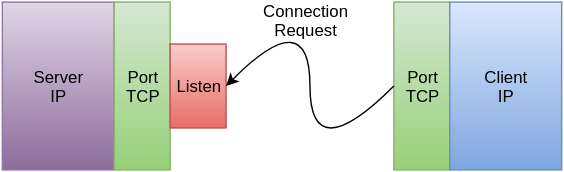
fladi/campus02-nowa-prg3 keeps this draw.io diagram as figures/tcp-socket-schema.svg. Above is the earlier version. Source tidied: cells renumbered, new cells last; positions are measured from the earlier drawing's top-left corner, leaving out a move shared by most shapes. Source of this version:
```xml
<mxGraphModel>
  <root>
    <mxCell id="0" />
    <mxCell id="1" parent="0" />
    <mxCell id="2" value="Server&lt;br&gt;IP&lt;br&gt;" style="whiteSpace=wrap;html=1;plain-purple;" parent="1" vertex="1">
      <mxGeometry width="80" height="120" as="geometry" />
    </mxCell>
    <mxCell id="3" value="Port&lt;br&gt;TCP&lt;br&gt;" style="whiteSpace=wrap;html=1;plain-green;" parent="1" vertex="1">
      <mxGeometry x="80" width="40" height="120" as="geometry" />
    </mxCell>
    <mxCell id="4" value="Port&lt;br&gt;TCP&lt;br&gt;" style="whiteSpace=wrap;html=1;plain-green;" parent="1" vertex="1">
      <mxGeometry x="280" width="40" height="120" as="geometry" />
    </mxCell>
    <mxCell id="5" value="Client&lt;br&gt;IP&lt;br&gt;" style="whiteSpace=wrap;html=1;plain-blue;" parent="1" vertex="1">
      <mxGeometry x="320" width="80" height="120" as="geometry" />
    </mxCell>
    <mxCell id="6" value="Listen" style="whiteSpace=wrap;html=1;plain-red;" parent="1" vertex="1">
      <mxGeometry x="120" y="30" width="40" height="60" as="geometry" />
    </mxCell>
    <mxCell id="7" style="curved=1;endArrow=classic;html=1;exitX=0;exitY=0.5;entryX=1;entryY=0.5;" parent="1" edge="1" source="4" target="6">
      <mxGeometry relative="1" as="geometry">
        <Array as="points">
          <mxPoint x="220" y="120" />
          <mxPoint x="220" />
        </Array>
      </mxGeometry>
    </mxCell>
    <mxCell id="8" value="Connection&lt;br&gt;Request&lt;br&gt;" style="text;html=1;align=center;verticalAlign=middle;labelBackgroundColor=none;" parent="7" vertex="1">
      <mxGeometry x="0.71" y="40" relative="1" as="geometry">
        <mxPoint y="-46" as="offset" />
      </mxGeometry>
    </mxCell>
  </root>
</mxGraphModel>
```
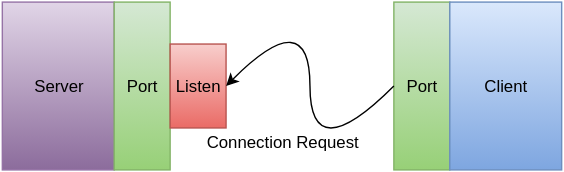
The same file after the commit.

Change to the diagram source:
```diff
@@ -2,16 +2,16 @@
   <root>
     <mxCell id="0" />
     <mxCell id="1" parent="0" />
-    <mxCell id="2" value="Server&lt;br&gt;IP&lt;br&gt;" style="whiteSpace=wrap;html=1;plain-purple;" parent="1" vertex="1">
+    <mxCell id="2" value="Server" style="whiteSpace=wrap;html=1;plain-purple;" parent="1" vertex="1">
       <mxGeometry width="80" height="120" as="geometry" />
     </mxCell>
-    <mxCell id="3" value="Port&lt;br&gt;TCP&lt;br&gt;" style="whiteSpace=wrap;html=1;plain-green;" parent="1" vertex="1">
+    <mxCell id="3" value="Port" style="whiteSpace=wrap;html=1;plain-green;" parent="1" vertex="1">
       <mxGeometry x="80" width="40" height="120" as="geometry" />
     </mxCell>
-    <mxCell id="4" value="Port&lt;br&gt;TCP&lt;br&gt;" style="whiteSpace=wrap;html=1;plain-green;" parent="1" vertex="1">
+    <mxCell id="4" value="Port" style="whiteSpace=wrap;html=1;plain-green;" parent="1" vertex="1">
       <mxGeometry x="280" width="40" height="120" as="geometry" />
     </mxCell>
-    <mxCell id="5" value="Client&lt;br&gt;IP&lt;br&gt;" style="whiteSpace=wrap;html=1;plain-blue;" parent="1" vertex="1">
+    <mxCell id="5" value="Client" style="whiteSpace=wrap;html=1;plain-blue;" parent="1" vertex="1">
       <mxGeometry x="320" width="80" height="120" as="geometry" />
     </mxCell>
     <mxCell id="6" value="Listen" style="whiteSpace=wrap;html=1;plain-red;" parent="1" vertex="1">
@@ -25,10 +25,8 @@
         </Array>
       </mxGeometry>
     </mxCell>
-    <mxCell id="8" value="Connection&lt;br&gt;Request&lt;br&gt;" style="text;html=1;align=center;verticalAlign=middle;labelBackgroundColor=none;" parent="7" vertex="1">
-      <mxGeometry x="0.71" y="40" relative="1" as="geometry">
-        <mxPoint y="-46" as="offset" />
-      </mxGeometry>
+    <mxCell id="8" value="Connection Request" style="text;html=1;strokeColor=none;fillColor=none;align=center;verticalAlign=middle;whiteSpace=wrap;overflow=hidden;rounded=1;glass=0;dashed=1;" parent="1" vertex="1">
+      <mxGeometry x="120" y="90" width="160" height="20" as="geometry" />
     </mxCell>
   </root>
 </mxGraphModel>
```
